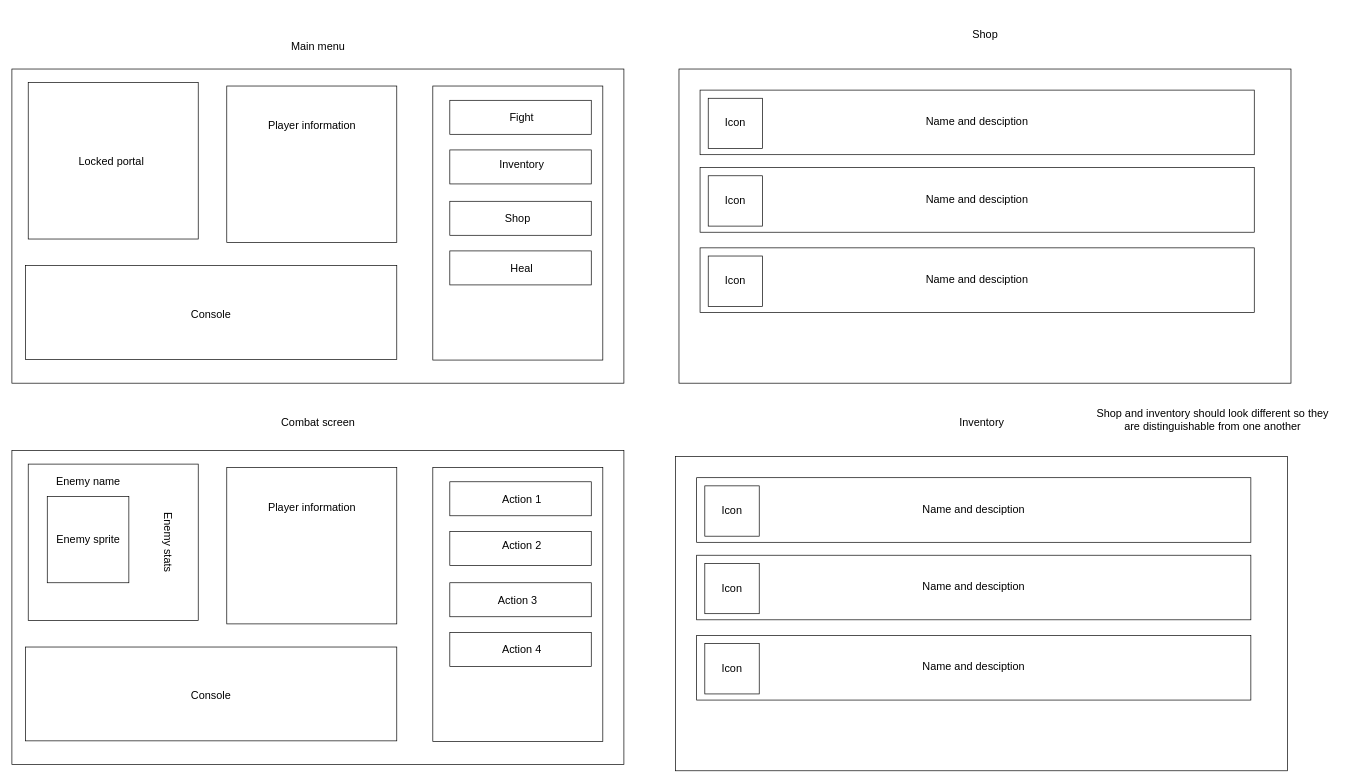
braticpetar/portal-kombat keeps this draw.io diagram as frontend-diagram.drawio. Above is the earlier version. Source tidied: cells renumbered, new cells numbered last; positions are measured from the earlier drawing's top-left corner, leaving out a move shared by most shapes. Both pictures are drawn from the tidied source at 68%, with x=0, y=0 at pixel (12, 12).
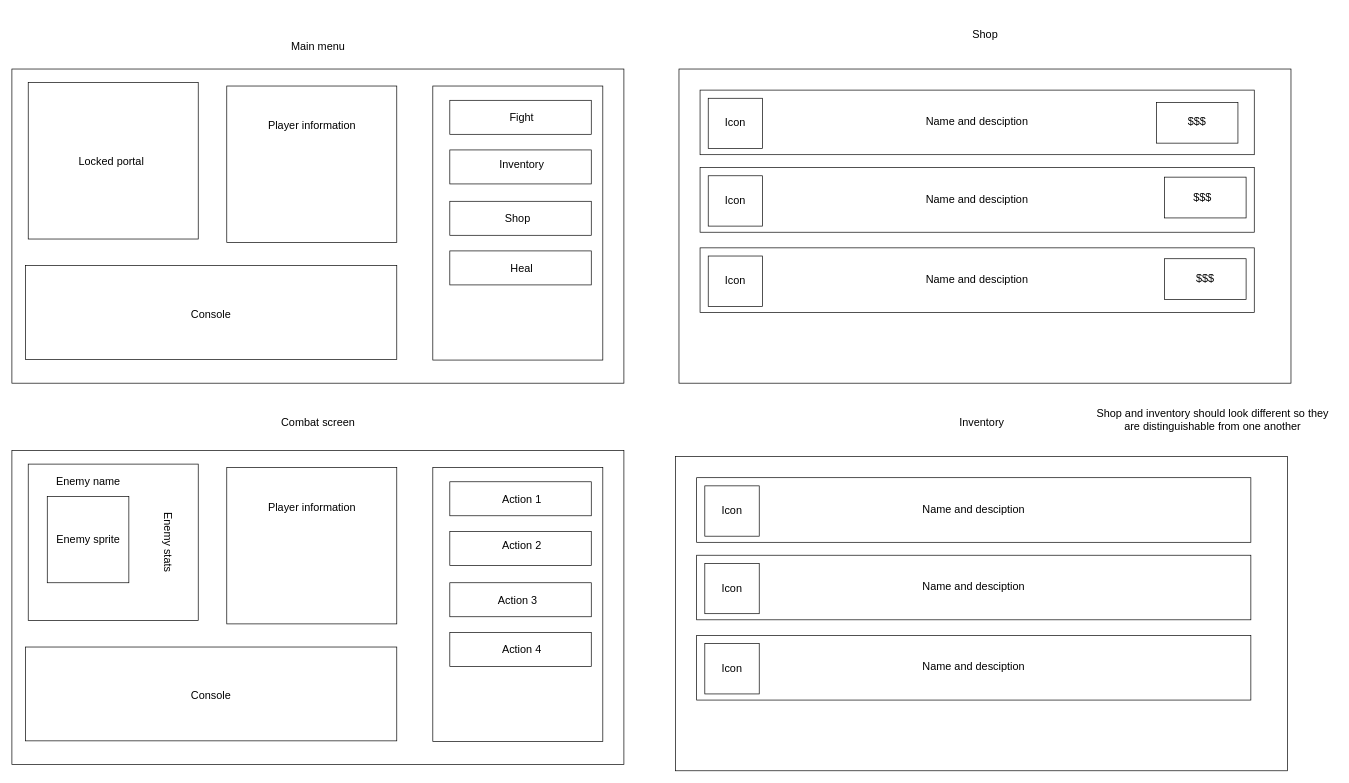
The same diagram, later.

What changed in the source:
```diff
@@
+    <mxCell id="68" style="rounded=0;whiteSpace=wrap;html=1;" parent="1" vertex="1">
+      <mxGeometry x="1683" y="133" width="120" height="60" as="geometry" />
+    </mxCell>
+    <mxCell id="69" value="$$$" style="text;strokeColor=none;fillColor=none;html=1;align=center;verticalAlign=middle;whiteSpace=wrap;rounded=0;fontSize=16;" parent="1" vertex="1">
+      <mxGeometry x="1713" y="146" width="60" height="30" as="geometry" />
+    </mxCell>
+    <mxCell id="70" style="rounded=0;whiteSpace=wrap;html=1;" parent="1" vertex="1">
+      <mxGeometry x="1695" y="363" width="120" height="60" as="geometry" />
+    </mxCell>
+    <mxCell id="71" value="$$$" style="text;strokeColor=none;fillColor=none;html=1;align=center;verticalAlign=middle;whiteSpace=wrap;rounded=0;fontSize=16;" parent="1" vertex="1">
+      <mxGeometry x="1725" y="376" width="60" height="30" as="geometry" />
+    </mxCell>
+    <mxCell id="72" style="rounded=0;whiteSpace=wrap;html=1;" parent="1" vertex="1">
+      <mxGeometry x="1695" y="243" width="120" height="60" as="geometry" />
+    </mxCell>
+    <mxCell id="73" value="$$$" style="text;strokeColor=none;fillColor=none;html=1;align=center;verticalAlign=middle;whiteSpace=wrap;rounded=0;fontSize=16;" parent="1" vertex="1">
+      <mxGeometry x="1721" y="258" width="60" height="30" as="geometry" />
+    </mxCell>
```
